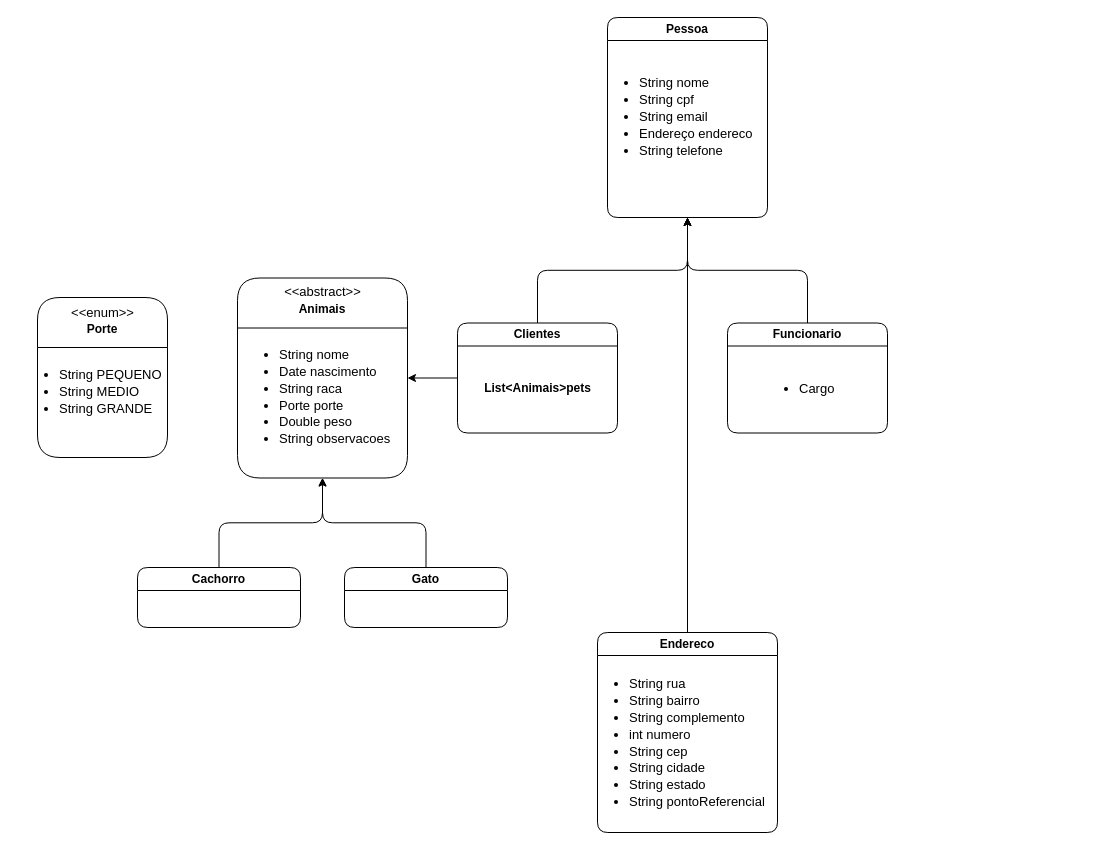
The draw.io diagram Diagrama sem nome.drawio in KassiaES/PetShop947, before the edit. Source tidied: cells renumbered, new cells numbered last; positions are measured from the earlier drawing's top-left corner, leaving out a move shared by most shapes. Both pictures are drawn from the tidied source at 100%, with x=0, y=0 at pixel (17, 17).
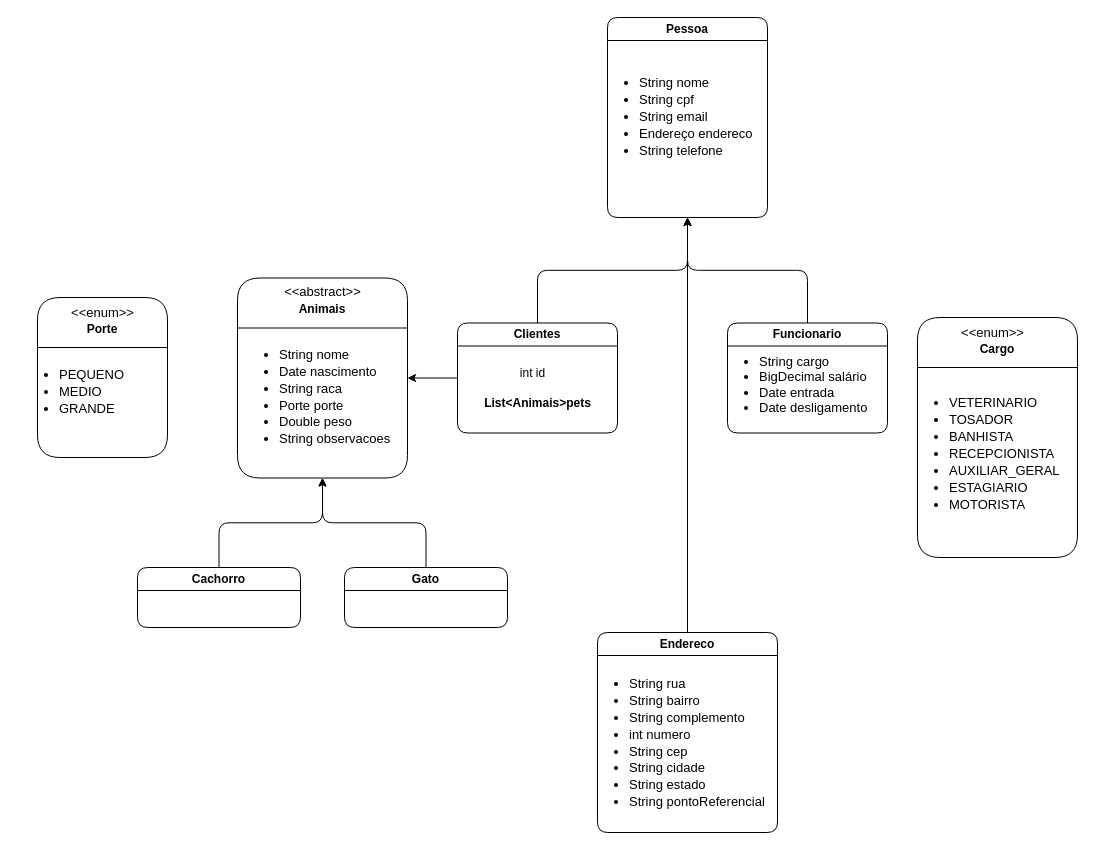
Above is the later version.

The change refers to these unchanged cells:
```xml
<mxCell id="4" value="Clientes" style="swimlane;whiteSpace=wrap;html=1;rounded=1;" parent="1" vertex="1">
  <mxGeometry x="440" y="305.5" width="160" height="110" as="geometry" />
</mxCell>
<mxCell id="16" value="Porte" style="swimlane;whiteSpace=wrap;html=1;rounded=1;startSize=50;spacingTop=14;" parent="1" vertex="1">
  <mxGeometry x="20" y="280" width="130" height="160" as="geometry" />
</mxCell>
<mxCell id="22" value="Funcionario" style="swimlane;whiteSpace=wrap;html=1;rounded=1;" parent="1" vertex="1">
  <mxGeometry x="710" y="305.5" width="160" height="110" as="geometry" />
</mxCell>
```

Change to the diagram source:
```diff
@@
     <mxCell id="5" value="List&amp;lt;Animais&amp;gt;pets" style="text;html=1;align=center;verticalAlign=middle;strokeColor=none;fillColor=none;fontStyle=1;rounded=1;" parent="4" vertex="1">
-      <mxGeometry x="15" y="50" width="130" height="30" as="geometry" />
+      <mxGeometry x="15" y="65" width="130" height="30" as="geometry" />
     </mxCell>
+    <mxCell id="24" value="int id" style="text;html=1;align=center;verticalAlign=middle;strokeColor=none;fillColor=none;" parent="4" vertex="1">
+      <mxGeometry x="50" y="35" width="50" height="30" as="geometry" />
+    </mxCell>
@@
-    <mxCell id="17" value="&lt;ul style=&quot;font-size: 13px; line-height: 130%;&quot;&gt;&lt;li&gt;String PEQUENO&lt;/li&gt;&lt;li&gt;String MEDIO&lt;/li&gt;&lt;li&gt;String GRANDE&lt;/li&gt;&lt;/ul&gt;" style="text;html=1;align=left;verticalAlign=middle;strokeColor=none;fillColor=none;rounded=1;labelBackgroundColor=none;spacing=2;rotation=0;" parent="16" vertex="1">
-      <mxGeometry x="-20" y="50" width="170" height="90" as="geometry" />
+    <mxCell id="17" value="&lt;ul style=&quot;font-size: 13px; line-height: 130%;&quot;&gt;&lt;li&gt;PEQUENO&lt;/li&gt;&lt;li&gt;MEDIO&lt;/li&gt;&lt;li&gt;GRANDE&lt;/li&gt;&lt;/ul&gt;" style="text;html=1;align=left;verticalAlign=middle;strokeColor=none;fillColor=none;rounded=1;labelBackgroundColor=none;spacing=2;rotation=0;" parent="16" vertex="1">
+      <mxGeometry x="-20" y="50" width="130" height="90" as="geometry" />
     </mxCell>
@@
-    <mxCell id="23" value="&lt;ul&gt;&lt;li&gt;Cargo&lt;/li&gt;&lt;/ul&gt;" style="text;strokeColor=none;fillColor=none;html=1;whiteSpace=wrap;verticalAlign=middle;overflow=hidden;rounded=1;labelBackgroundColor=none;fontSize=13;" parent="22" vertex="1">
-      <mxGeometry x="30" y="25" width="100" height="80" as="geometry" />
+    <mxCell id="23" value="&lt;ul&gt;&lt;li&gt;String cargo&lt;/li&gt;&lt;li&gt;BigDecimal salário&lt;/li&gt;&lt;li&gt;Date entrada&lt;/li&gt;&lt;li&gt;Date desligamento&lt;/li&gt;&lt;/ul&gt;" style="text;strokeColor=none;fillColor=none;html=1;whiteSpace=wrap;verticalAlign=middle;overflow=hidden;rounded=1;labelBackgroundColor=none;fontSize=13;" parent="22" vertex="1">
+      <mxGeometry x="-10" y="15" width="160" height="80" as="geometry" />
     </mxCell>
+    <mxCell id="25" value="Cargo" style="swimlane;whiteSpace=wrap;html=1;rounded=1;startSize=50;spacingTop=14;" parent="1" vertex="1">
+      <mxGeometry x="900" y="300" width="160" height="240" as="geometry" />
+    </mxCell>
+    <mxCell id="26" value="&lt;ul style=&quot;font-size: 13px; line-height: 130%;&quot;&gt;&lt;li&gt;VETERINARIO&lt;/li&gt;&lt;li&gt;TOSADOR&lt;/li&gt;&lt;li&gt;BANHISTA&lt;/li&gt;&lt;li&gt;RECEPCIONISTA&lt;/li&gt;&lt;li&gt;AUXILIAR_GERAL&lt;/li&gt;&lt;li&gt;ESTAGIARIO&lt;/li&gt;&lt;li&gt;MOTORISTA&lt;/li&gt;&lt;/ul&gt;" style="text;html=1;align=left;verticalAlign=middle;strokeColor=none;fillColor=none;rounded=1;labelBackgroundColor=none;spacing=2;rotation=0;" parent="25" vertex="1">
+      <mxGeometry x="-10" y="57" width="170" height="160" as="geometry" />
+    </mxCell>
+    <mxCell id="27" value="&amp;lt;&amp;lt;enum&amp;gt;&amp;gt;" style="text;html=1;align=center;verticalAlign=middle;strokeColor=none;fillColor=none;fontSize=13;" parent="25" vertex="1">
+      <mxGeometry x="30" width="90" height="30" as="geometry" />
+    </mxCell>
```
